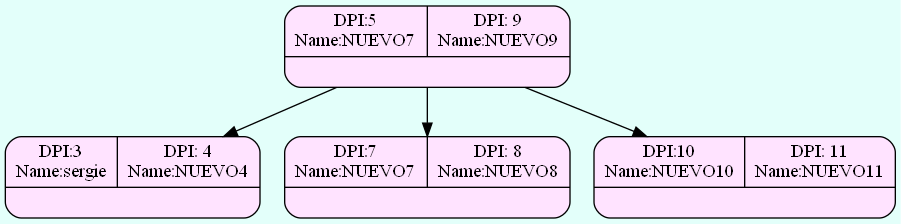
The Graphviz diagram FASE 2/Grafico/Admin_Btree_Clients.png in Serch-ING/EDD_UDRAWING_202000119, before a commit. Its source is kept beside it as FASE 2/Grafico/Admin_Btree_Clients.dot.
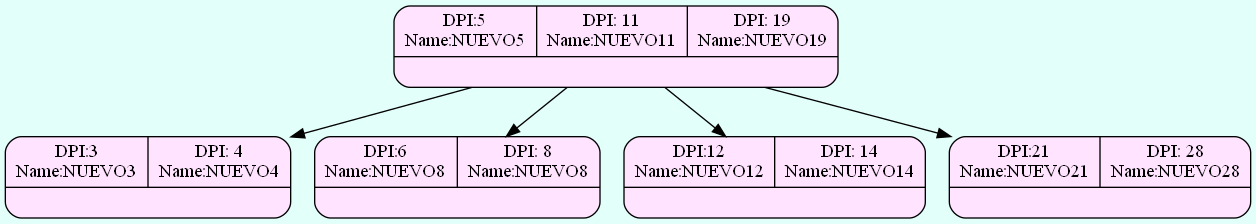
After the change.

What changed in the source:
```diff
@@ -1,12 +1,14 @@
 digraph structs {
   bgcolor = "#E3FFFA"
  node [shape=Mrecord fillcolor="#FFE3FF" style =filled];
-struct1383990012[label="{{DPI:5\nName:NUEVO7|DPI: 9\nName:NUEVO9}|<here>}"];
-struct273113860[label="{{DPI:3\nName:sergie|DPI: 4\nName:NUEVO4}|<here>}"];
-struct1243362011[label="{{DPI:7\nName:NUEVO7|DPI: 8\nName:NUEVO8}|<here>}"];
-struct773669930[label="{{DPI:10\nName:NUEVO10|DPI: 11\nName:NUEVO11}|<here>}"];
+struct1143935714[label="{{DPI:5\nName:NUEVO5|DPI: 11\nName:NUEVO11|DPI: 19\nName:NUEVO19}|<here>}"];
+struct1504750279[label="{{DPI:3\nName:NUEVO3|DPI: 4\nName:NUEVO4}|<here>}"];
+struct393914336[label="{{DPI:6\nName:NUEVO8|DPI: 8\nName:NUEVO8}|<here>}"];
+struct746869395[label="{{DPI:12\nName:NUEVO12|DPI: 14\nName:NUEVO14}|<here>}"];
+struct268496355[label="{{DPI:21\nName:NUEVO21|DPI: 28\nName:NUEVO28}|<here>}"];
 
-struct1383990012->struct273113860;
-struct1383990012->struct1243362011;
-struct1383990012->struct773669930;
+struct1143935714->struct1504750279;
+struct1143935714->struct393914336;
+struct1143935714->struct746869395;
+struct1143935714->struct268496355;
 }
```
